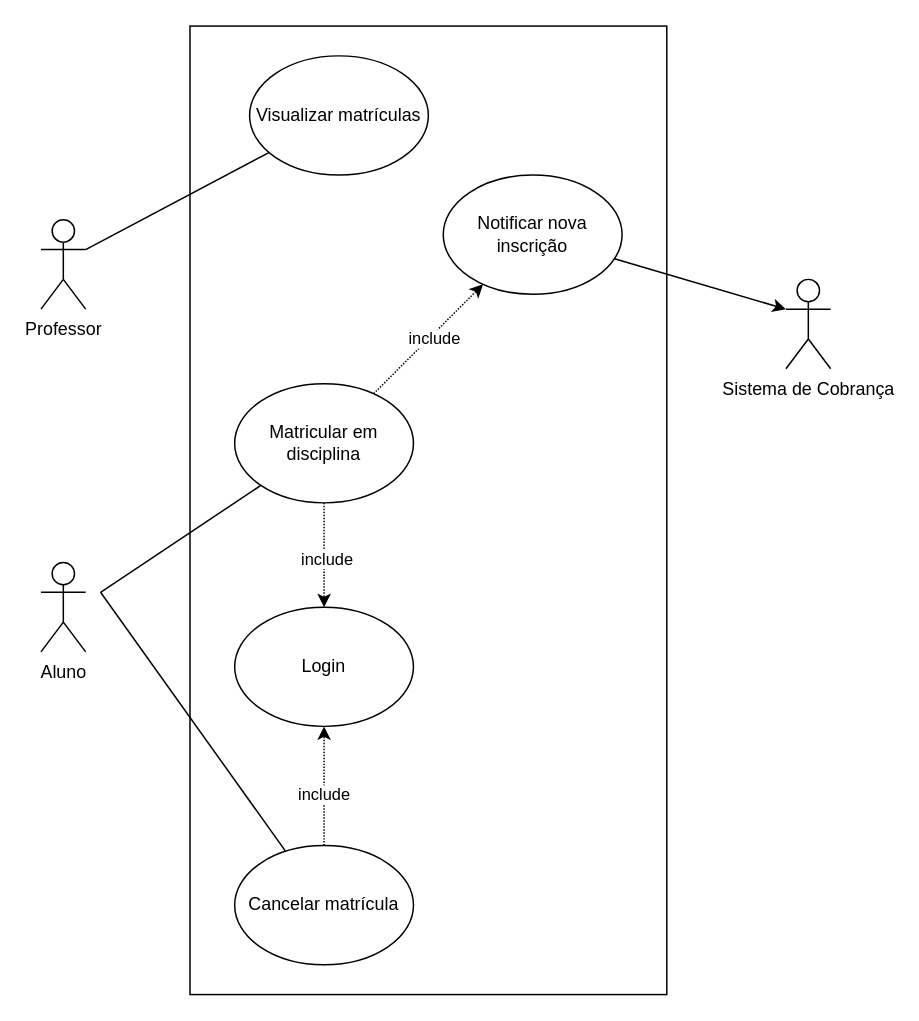
Suvacco/AGS keeps this draw.io diagram as projeto/diagrama_de_caso_de_uso/Diagrama de Caso de Uso.drawio. Above is the earlier version. Source tidied: cells renumbered, new cells numbered last; positions are measured from the earlier drawing's top-left corner, leaving out a move shared by most shapes. Both pictures are drawn from the tidied source at 149%, with x=0, y=0 at pixel (40, 25).
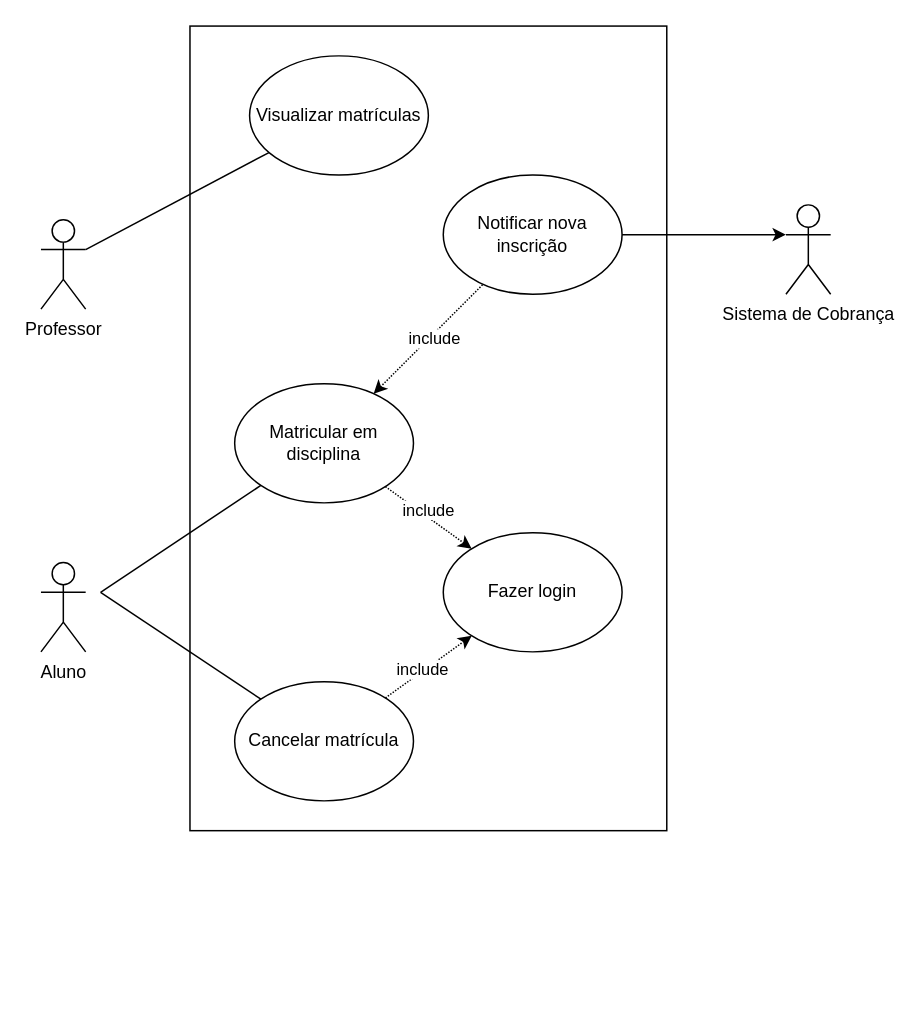
The same page after the edit.

Commit message (it also covers changes not shown here):
Corrigido diagrama

The change refers to these unchanged cells:
```xml
<mxCell id="18" value="Professor" style="shape=umlActor;verticalLabelPosition=bottom;verticalAlign=top;html=1;outlineConnect=0;" parent="1" vertex="1">
  <mxGeometry y="130" width="30" height="60" as="geometry" />
</mxCell>
```

What changed in the source:
```diff
@@
-    <mxCell id="2" style="rounded=0;whiteSpace=wrap;html=1;" parent="1" vertex="1">
-      <mxGeometry x="100" width="320" height="650" as="geometry" />
+    <mxCell id="2" style="rounded=0;whiteSpace=wrap;html=1;fontFamily=Helvetica;" parent="1" vertex="1">
+      <mxGeometry x="100" width="320" height="540" as="geometry" />
     </mxCell>
-    <mxCell id="3" style="rounded=0;jettySize=auto;html=1;dashed=1;dashPattern=1 1;" parent="1" edge="1" source="7" target="16">
+    <mxCell id="3" style="rounded=0;jettySize=auto;html=1;dashed=1;dashPattern=1 1;startArrow=classic;startFill=1;endArrow=none;endFill=0;fontFamily=Helvetica;" parent="1" edge="1" source="7" target="16">
       <mxGeometry relative="1" as="geometry" />
     </mxCell>
-    <mxCell id="4" value="include" style="edgeLabel;html=1;align=center;verticalAlign=middle;" parent="3" vertex="1">
+    <mxCell id="4" value="include" style="edgeLabel;html=1;align=center;verticalAlign=middle;fontFamily=Helvetica;" parent="3" vertex="1">
       <mxGeometry x="0.28" y="-5" relative="1" as="geometry">
         <mxPoint x="-10" y="6" as="offset" />
       </mxGeometry>
     </mxCell>
-    <mxCell id="5" style="edgeStyle=orthogonalEdgeStyle;rounded=0;jettySize=auto;html=1;dashed=1;dashPattern=1 1;" parent="1" edge="1" source="7" target="17">
-      <mxGeometry relative="1" as="geometry">
-        <Array as="points">
-          <mxPoint x="190" y="380" />
-          <mxPoint x="190" y="380" />
-        </Array>
-      </mxGeometry>
+    <mxCell id="5" style="rounded=0;jettySize=auto;html=1;dashed=1;dashPattern=1 1;fontFamily=Helvetica;" parent="1" edge="1" source="7" target="17">
+      <mxGeometry relative="1" as="geometry" />
     </mxCell>
-    <mxCell id="6" value="include" style="edgeLabel;html=1;align=center;verticalAlign=middle;" parent="5" vertex="1">
-      <mxGeometry x="0.07" y="1" relative="1" as="geometry" />
+    <mxCell id="6" value="include" style="edgeLabel;html=1;align=center;verticalAlign=middle;fontFamily=Helvetica;" parent="5" vertex="1">
+      <mxGeometry x="0.07" y="1" relative="1" as="geometry">
+        <mxPoint x="-3" y="-6" as="offset" />
+      </mxGeometry>
     </mxCell>
-    <mxCell id="7" value="Matricular em disciplina" style="ellipse;whiteSpace=wrap;html=1;" parent="1" vertex="1">
+    <mxCell id="7" value="Matricular em disciplina" style="ellipse;whiteSpace=wrap;html=1;fontFamily=Helvetica;" parent="1" vertex="1">
       <mxGeometry x="130" y="240" width="120" height="80" as="geometry" />
     </mxCell>
@@
-    <mxCell id="9" style="endArrow=none;html=1;rounded=0;" parent="1" edge="1" target="7">
+    <mxCell id="9" style="endArrow=none;html=1;rounded=0;fontFamily=Helvetica;" parent="1" edge="1" target="7">
       <mxGeometry relative="1" as="geometry">
         <mxPoint x="40" y="380" as="sourcePoint" />
       </mxGeometry>
     </mxCell>
-    <mxCell id="10" style="rounded=0;jettySize=auto;html=1;endArrow=none;endFill=0;" parent="1" edge="1" source="13">
+    <mxCell id="10" style="rounded=0;jettySize=auto;html=1;endArrow=none;endFill=0;fontFamily=Helvetica;" parent="1" edge="1" source="13">
       <mxGeometry relative="1" as="geometry">
         <mxPoint x="40" y="380" as="targetPoint" />
       </mxGeometry>
     </mxCell>
-    <mxCell id="11" style="edgeStyle=orthogonalEdgeStyle;rounded=0;jettySize=auto;html=1;dashed=1;dashPattern=1 1;" parent="1" edge="1" source="13" target="17">
+    <mxCell id="11" style="rounded=0;jettySize=auto;html=1;dashed=1;dashPattern=1 1;fontFamily=Helvetica;" parent="1" edge="1" source="13" target="17">
       <mxGeometry relative="1" as="geometry" />
     </mxCell>
-    <mxCell id="12" value="include" style="edgeLabel;html=1;align=center;verticalAlign=middle;" parent="11" vertex="1">
+    <mxCell id="12" value="include" style="edgeLabel;html=1;align=center;verticalAlign=middle;fontFamily=Helvetica;" parent="11" vertex="1">
       <mxGeometry x="-0.12" y="1" relative="1" as="geometry" />
     </mxCell>
-    <mxCell id="13" value="Cancelar matrícula" style="ellipse;whiteSpace=wrap;html=1;" parent="1" vertex="1">
-      <mxGeometry x="130" y="550" width="120" height="80" as="geometry" />
+    <mxCell id="13" value="Cancelar matrícula" style="ellipse;whiteSpace=wrap;html=1;fontFamily=Helvetica;" parent="1" vertex="1">
+      <mxGeometry x="130" y="440" width="120" height="80" as="geometry" />
     </mxCell>
-    <mxCell id="14" value="Sistema de Cobrança" style="shape=umlActor;verticalLabelPosition=bottom;verticalAlign=top;html=1;outlineConnect=0;" parent="1" vertex="1">
-      <mxGeometry x="500" y="170" width="30" height="60" as="geometry" />
+    <mxCell id="14" value="Sistema de Cobrança" style="shape=umlActor;verticalLabelPosition=bottom;verticalAlign=top;html=1;outlineConnect=0;fontFamily=Helvetica;" parent="1" vertex="1">
+      <mxGeometry x="500" y="120" width="30" height="60" as="geometry" />
     </mxCell>
-    <mxCell id="15" style="rounded=0;jettySize=auto;html=1;entryX=0;entryY=0.3333333333333333;entryDx=0;entryDy=0;entryPerimeter=0;" parent="1" edge="1" source="16" target="14">
+    <mxCell id="15" style="rounded=0;jettySize=auto;html=1;entryX=0;entryY=0.3333333333333333;entryDx=0;entryDy=0;entryPerimeter=0;fontFamily=Helvetica;" parent="1" edge="1" source="16" target="14">
       <mxGeometry relative="1" as="geometry" />
     </mxCell>
-    <mxCell id="16" value="Notificar nova inscrição" style="ellipse;whiteSpace=wrap;html=1;" parent="1" vertex="1">
+    <mxCell id="16" value="Notificar nova inscrição" style="ellipse;whiteSpace=wrap;html=1;fontFamily=Helvetica;" parent="1" vertex="1">
       <mxGeometry x="270" y="100" width="120" height="80" as="geometry" />
     </mxCell>
-    <mxCell id="17" value="Login" style="ellipse;whiteSpace=wrap;html=1;" parent="1" vertex="1">
-      <mxGeometry x="130" y="390" width="120" height="80" as="geometry" />
+    <mxCell id="17" value="Fazer login" style="ellipse;whiteSpace=wrap;html=1;fontFamily=Helvetica;" parent="1" vertex="1">
+      <mxGeometry x="270" y="340" width="120" height="80" as="geometry" />
     </mxCell>
@@
-    <mxCell id="19" style="rounded=0;jettySize=auto;html=1;entryX=1;entryY=0.3333333333333333;entryDx=0;entryDy=0;entryPerimeter=0;endArrow=none;endFill=0;" parent="1" edge="1" source="20" target="18">
+    <mxCell id="19" style="rounded=0;jettySize=auto;html=1;entryX=1;entryY=0.3333333333333333;entryDx=0;entryDy=0;entryPerimeter=0;endArrow=none;endFill=0;fontFamily=Helvetica;" parent="1" edge="1" source="20" target="18">
       <mxGeometry relative="1" as="geometry" />
     </mxCell>
-    <mxCell id="20" value="Visualizar matrículas" style="ellipse;whiteSpace=wrap;html=1;" parent="1" vertex="1">
+    <mxCell id="20" value="Visualizar matrículas" style="ellipse;whiteSpace=wrap;html=1;fontFamily=Helvetica;" parent="1" vertex="1">
       <mxGeometry x="140" y="20" width="120" height="80" as="geometry" />
     </mxCell>
+    <mxCell id="21" style="edgeStyle=orthogonalEdgeStyle;rounded=0;orthogonalLoop=1;jettySize=auto;html=1;exitX=0.5;exitY=1;exitDx=0;exitDy=0;fontFamily=Helvetica;" parent="1" edge="1" source="2" target="2">
+      <mxGeometry relative="1" as="geometry" />
+    </mxCell>
```
